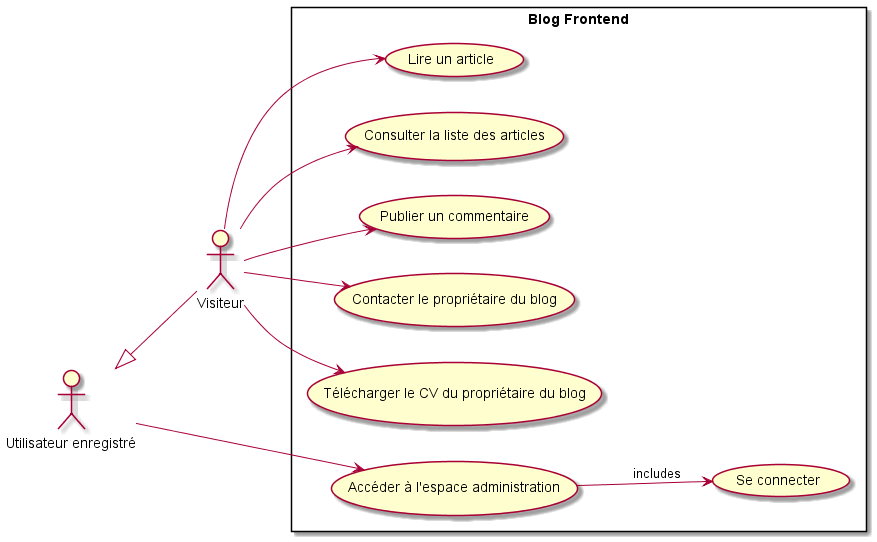
Above: diagrammes/cas_util_front.png in AEcalle/oc-php-project-5 (PlantUML), before the change. Its diagram source:
```plantuml
@startuml
left to right direction
:Visiteur: as V
:Utilisateur enregistr<U+00E9>: as U
rectangle "Blog Frontend"{
	usecase "Lire un article" as UC1
	usecase "Consulter la liste des articles" as UC2
	usecase "Publier un commentaire" as UC3
	usecase "Contacter le propri<U+00E9>taire du blog" as UC4
	usecase "Acc<U+00E9>der <U+00E0> l'espace administration" as UC5
	usecase "Se connecter" as UC6
	usecase "T<U+00E9>l<U+00E9>charger le CV du propri<U+00E9>taire du blog" as UC7
}
V --> UC1
V --> UC2
V --> UC3
V --> UC4
U --> UC5
V --> UC7
U <|-- V
UC5 --> UC6 : includes
@enduml
```
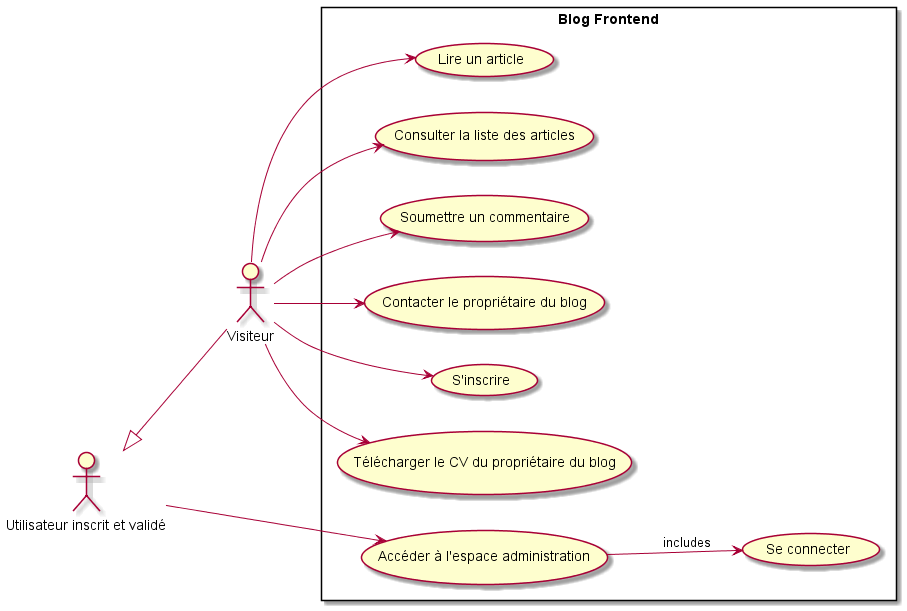
The same file after the commit.

Change to the diagram source:
```diff
@@ -1,12 +1,13 @@
 @startuml
 left to right direction
 :Visiteur: as V
-:Utilisateur enregistr<U+00E9>: as U
+:Utilisateur inscrit et valid<U+00E9>: as U
 rectangle "Blog Frontend"{
 	usecase "Lire un article" as UC1
 	usecase "Consulter la liste des articles" as UC2
-	usecase "Publier un commentaire" as UC3
+	usecase "Soumettre un commentaire" as UC3
 	usecase "Contacter le propri<U+00E9>taire du blog" as UC4
+	usecase "S'inscrire" as UC8
 	usecase "Acc<U+00E9>der <U+00E0> l'espace administration" as UC5
 	usecase "Se connecter" as UC6
 	usecase "T<U+00E9>l<U+00E9>charger le CV du propri<U+00E9>taire du blog" as UC7
@@ -15,6 +16,7 @@
 V --> UC2
 V --> UC3
 V --> UC4
+V --> UC8
 U --> UC5
 V --> UC7
 U <|-- V
```
